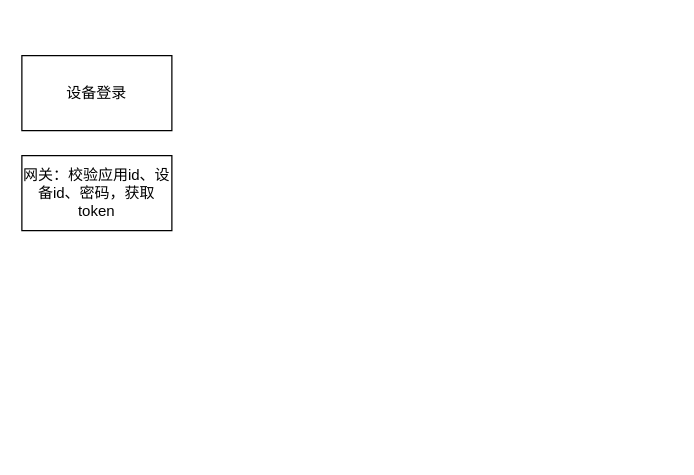
The draw.io diagram Java/未命名绘图.drawio in Rumoers/ZH-Notes, before the edit. Source tidied: cells renumbered, new cells numbered last; positions are measured from the earlier drawing's top-left corner, leaving out a move shared by most shapes. Both pictures are drawn from the tidied source at 125%, with x=0, y=0 at pixel (21, 55).
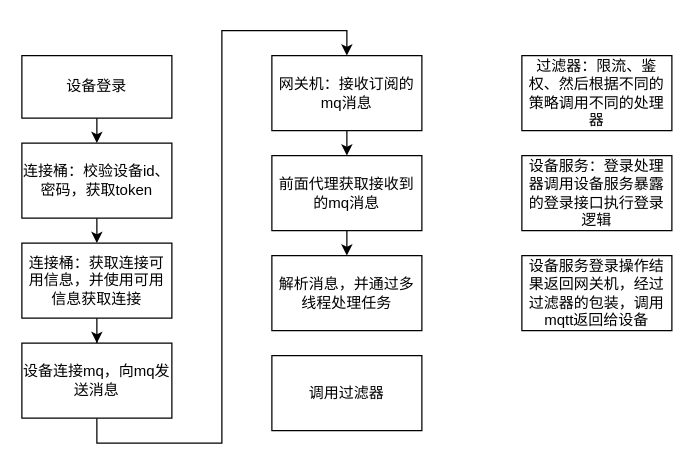
After the change.

Commit message:
更新未命名绘图.drawio

The edit, as a diff of the source:
```diff
@@
 <mxGraphModel>
   <root>
     <mxCell id="0" />
     <mxCell id="1" parent="0" />
+    <mxCell id="4" style="edgeStyle=orthogonalEdgeStyle;rounded=0;jettySize=auto;html=1;exitX=0.5;exitY=1;exitDx=0;exitDy=0;entryX=0.5;entryY=0;entryDx=0;entryDy=0;" parent="1" edge="1" source="2" target="3">
+      <mxGeometry relative="1" as="geometry" />
+    </mxCell>
     <mxCell id="2" value="设备登录" style="rounded=0;whiteSpace=wrap;html=1;" parent="1" vertex="1">
-      <mxGeometry width="120" height="60" as="geometry" />
+      <mxGeometry width="120" height="50" as="geometry" />
     </mxCell>
+    <mxCell id="5" style="edgeStyle=orthogonalEdgeStyle;rounded=0;jettySize=auto;html=1;exitX=0.5;exitY=1;exitDx=0;exitDy=0;entryX=0.5;entryY=0;entryDx=0;entryDy=0;" parent="1" edge="1" source="3" target="7">
+      <mxGeometry relative="1" as="geometry" />
+    </mxCell>
-    <mxCell id="3" value="网关：校验应用id、设备id、密码，获取token" style="rounded=0;whiteSpace=wrap;html=1;" parent="1" vertex="1">
-      <mxGeometry y="80" width="120" height="60" as="geometry" />
+    <mxCell id="3" value="连接桶：校验设备id、密码，获取token" style="rounded=0;whiteSpace=wrap;html=1;" parent="1" vertex="1">
+      <mxGeometry y="70" width="120" height="60" as="geometry" />
     </mxCell>
+    <mxCell id="6" style="edgeStyle=orthogonalEdgeStyle;rounded=0;jettySize=auto;html=1;" parent="1" edge="1" source="7" target="9">
+      <mxGeometry relative="1" as="geometry" />
+    </mxCell>
+    <mxCell id="7" value="连接桶：获取连接可用信息，并使用可用信息获取连接" style="rounded=0;whiteSpace=wrap;html=1;" parent="1" vertex="1">
+      <mxGeometry y="150" width="120" height="60" as="geometry" />
+    </mxCell>
+    <mxCell id="8" style="edgeStyle=orthogonalEdgeStyle;rounded=0;jettySize=auto;html=1;exitX=0.5;exitY=1;exitDx=0;exitDy=0;entryX=0.5;entryY=0;entryDx=0;entryDy=0;" parent="1" edge="1" source="9" target="11">
+      <mxGeometry relative="1" as="geometry" />
+    </mxCell>
+    <mxCell id="9" value="设备连接mq，向mq发送消息" style="rounded=0;whiteSpace=wrap;html=1;" parent="1" vertex="1">
+      <mxGeometry y="230" width="120" height="60" as="geometry" />
+    </mxCell>
+    <mxCell id="10" style="edgeStyle=orthogonalEdgeStyle;rounded=0;jettySize=auto;html=1;exitX=0.5;exitY=1;exitDx=0;exitDy=0;entryX=0.5;entryY=0;entryDx=0;entryDy=0;" parent="1" edge="1" source="11" target="13">
+      <mxGeometry relative="1" as="geometry" />
+    </mxCell>
+    <mxCell id="11" value="网关机：接收订阅的mq消息" style="rounded=0;whiteSpace=wrap;html=1;" parent="1" vertex="1">
+      <mxGeometry x="200" width="120" height="60" as="geometry" />
+    </mxCell>
+    <mxCell id="12" style="edgeStyle=orthogonalEdgeStyle;rounded=0;jettySize=auto;html=1;exitX=0.5;exitY=1;exitDx=0;exitDy=0;entryX=0.5;entryY=0;entryDx=0;entryDy=0;" parent="1" edge="1" source="13" target="14">
+      <mxGeometry relative="1" as="geometry" />
+    </mxCell>
+    <mxCell id="13" value="前面代理获取接收到的mq消息" style="rounded=0;whiteSpace=wrap;html=1;" parent="1" vertex="1">
+      <mxGeometry x="200" y="80" width="120" height="60" as="geometry" />
+    </mxCell>
+    <mxCell id="14" value="解析消息，并通过多线程处理任务" style="rounded=0;whiteSpace=wrap;html=1;" parent="1" vertex="1">
+      <mxGeometry x="200" y="160" width="120" height="60" as="geometry" />
+    </mxCell>
+    <mxCell id="15" value="调用过滤器&lt;br&gt;" style="rounded=0;whiteSpace=wrap;html=1;" parent="1" vertex="1">
+      <mxGeometry x="200" y="240" width="120" height="60" as="geometry" />
+    </mxCell>
+    <mxCell id="16" value="过滤器：限流、鉴权、然后根据不同的策略调用不同的处理器" style="rounded=0;whiteSpace=wrap;html=1;" parent="1" vertex="1">
+      <mxGeometry x="400" width="120" height="60" as="geometry" />
+    </mxCell>
+    <mxCell id="17" value="设备服务：登录处理器调用设备服务暴露的登录接口执行登录逻辑" style="rounded=0;whiteSpace=wrap;html=1;" parent="1" vertex="1">
+      <mxGeometry x="400" y="80" width="120" height="60" as="geometry" />
+    </mxCell>
+    <mxCell id="18" value="设备服务登录操作结果返回网关机，经过过滤器的包装，调用mqtt返回给设备" style="rounded=0;whiteSpace=wrap;html=1;" parent="1" vertex="1">
+      <mxGeometry x="400" y="160" width="120" height="60" as="geometry" />
+    </mxCell>
   </root>
 </mxGraphModel>
```
